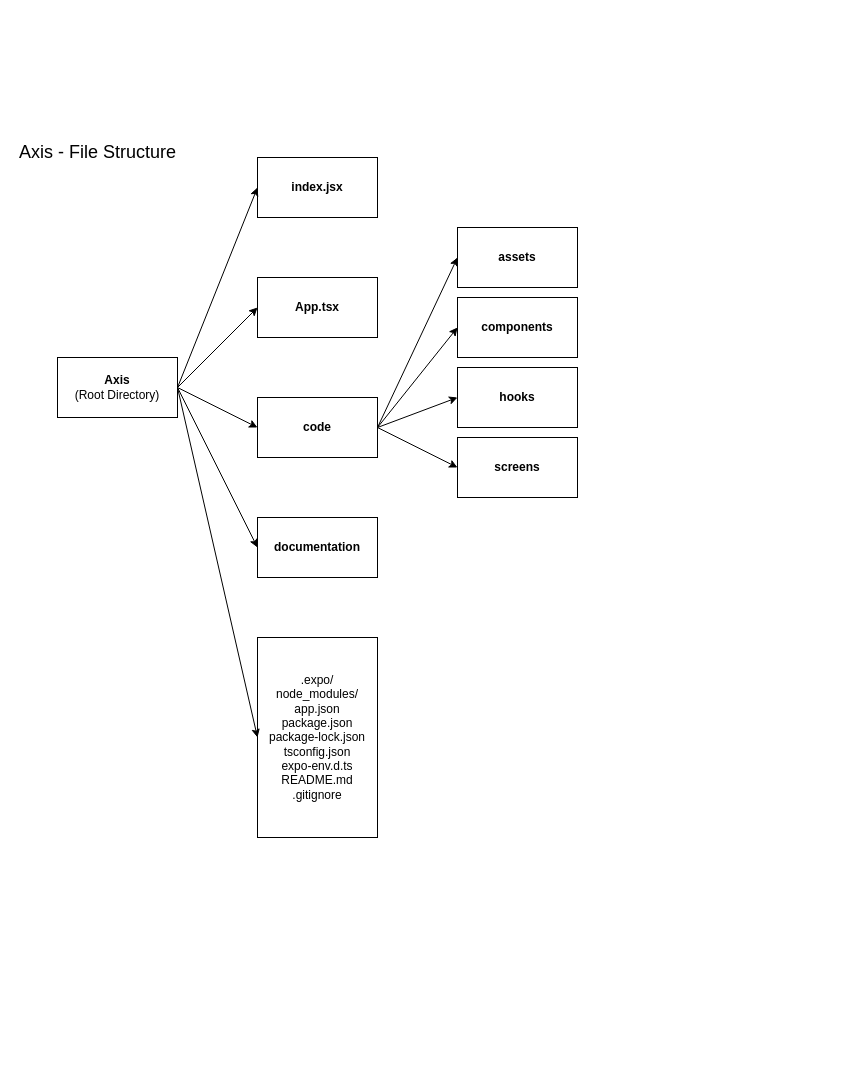
Before: documentation/axis-filestructure.drawio in xerioc2/Axis, a draw.io diagram. Source tidied: cells renumbered, new cells numbered last; positions are measured from the earlier drawing's top-left corner, leaving out a move shared by most shapes. Both pictures are drawn from the tidied source at 100%, with x=0, y=0 at pixel (17, 137).
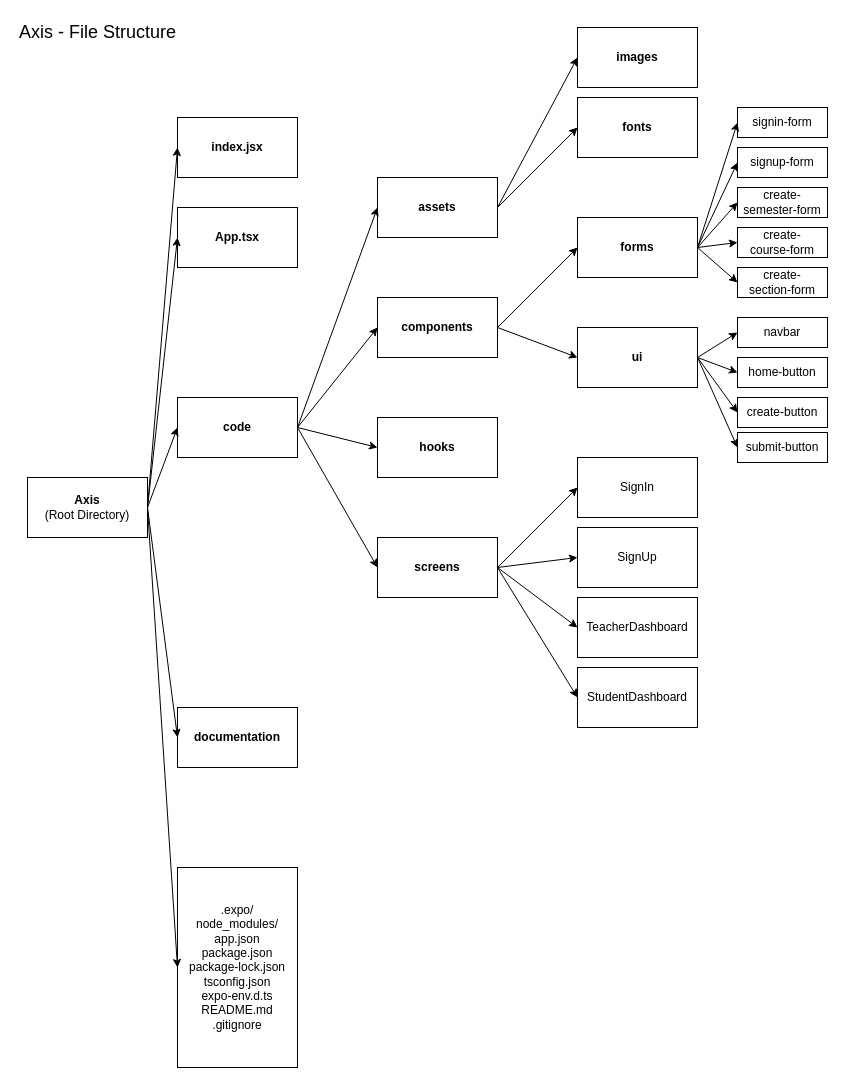
The same page after the edit.

Change to the diagram source:
```diff
@@
     <mxCell id="2" value="&lt;b&gt;Axis&lt;/b&gt;&lt;div&gt;(Root Directory)&lt;br&gt;&lt;/div&gt;" style="rounded=0;whiteSpace=wrap;html=1;" parent="1" vertex="1">
-      <mxGeometry x="40" y="220" width="120" height="60" as="geometry" />
+      <mxGeometry x="10" y="340" width="120" height="60" as="geometry" />
     </mxCell>
     <mxCell id="3" value="&lt;b&gt;code&lt;/b&gt;" style="rounded=0;whiteSpace=wrap;html=1;" parent="1" vertex="1">
-      <mxGeometry x="240" y="260" width="120" height="60" as="geometry" />
+      <mxGeometry x="160" y="260" width="120" height="60" as="geometry" />
     </mxCell>
     <mxCell id="4" value="&lt;b&gt;documentation&lt;/b&gt;" style="rounded=0;whiteSpace=wrap;html=1;" parent="1" vertex="1">
-      <mxGeometry x="240" y="380" width="120" height="60" as="geometry" />
+      <mxGeometry x="160" y="570" width="120" height="60" as="geometry" />
     </mxCell>
@@
     <mxCell id="7" value="&lt;div&gt;.expo/&lt;br&gt;node_modules/&lt;/div&gt;&lt;div&gt;app.json&lt;/div&gt;&lt;div&gt;package.json&lt;/div&gt;&lt;div&gt;package-lock.json&lt;/div&gt;&lt;div&gt;tsconfig.json&lt;/div&gt;&lt;div&gt;expo-env.d.ts&lt;/div&gt;&lt;div&gt;README.md&lt;/div&gt;&lt;div&gt;.gitignore&lt;/div&gt;" style="rounded=0;whiteSpace=wrap;html=1;" parent="1" vertex="1">
-      <mxGeometry x="240" y="500" width="120" height="200" as="geometry" />
+      <mxGeometry x="160" y="730" width="120" height="200" as="geometry" />
     </mxCell>
@@
     <mxCell id="9" value="&lt;b&gt;screens&lt;/b&gt;" style="rounded=0;whiteSpace=wrap;html=1;" parent="1" vertex="1">
-      <mxGeometry x="440" y="300" width="120" height="60" as="geometry" />
+      <mxGeometry x="360" y="400" width="120" height="60" as="geometry" />
     </mxCell>
     <mxCell id="10" value="&lt;b&gt;components&lt;/b&gt;" style="rounded=0;whiteSpace=wrap;html=1;" parent="1" vertex="1">
-      <mxGeometry x="440" y="160" width="120" height="60" as="geometry" />
+      <mxGeometry x="360" y="160" width="120" height="60" as="geometry" />
     </mxCell>
     <mxCell id="11" value="&lt;b&gt;hooks&lt;/b&gt;" style="rounded=0;whiteSpace=wrap;html=1;" parent="1" vertex="1">
-      <mxGeometry x="440" y="230" width="120" height="60" as="geometry" />
+      <mxGeometry x="360" y="280" width="120" height="60" as="geometry" />
     </mxCell>
     <mxCell id="12" value="&lt;b&gt;assets&lt;/b&gt;" style="rounded=0;whiteSpace=wrap;html=1;" parent="1" vertex="1">
-      <mxGeometry x="440" y="90" width="120" height="60" as="geometry" />
+      <mxGeometry x="360" y="40" width="120" height="60" as="geometry" />
     </mxCell>
@@
     <mxCell id="17" value="&lt;b&gt;App.tsx&lt;/b&gt;" style="rounded=0;whiteSpace=wrap;html=1;" parent="1" vertex="1">
-      <mxGeometry x="240" y="140" width="120" height="60" as="geometry" />
+      <mxGeometry x="160" y="70" width="120" height="60" as="geometry" />
     </mxCell>
@@
     <mxCell id="19" value="&lt;b&gt;index.jsx&lt;/b&gt;" style="rounded=0;whiteSpace=wrap;html=1;" parent="1" vertex="1">
-      <mxGeometry x="240" y="20" width="120" height="60" as="geometry" />
+      <mxGeometry x="160" y="-20" width="120" height="60" as="geometry" />
     </mxCell>
@@
     <mxCell id="21" value="&lt;font style=&quot;font-size: 18px;&quot;&gt;Axis - File Structure&lt;/font&gt;" style="text;html=1;align=left;verticalAlign=middle;whiteSpace=wrap;rounded=0;" parent="1" vertex="1">
-      <mxGeometry width="180" height="30" as="geometry" />
+      <mxGeometry y="-120" width="180" height="30" as="geometry" />
     </mxCell>
+    <mxCell id="22" value="&lt;b&gt;images&lt;/b&gt;" style="rounded=0;whiteSpace=wrap;html=1;" parent="1" vertex="1">
+      <mxGeometry x="560" y="-110" width="120" height="60" as="geometry" />
+    </mxCell>
+    <mxCell id="23" style="endArrow=classic;html=1;rounded=0;exitX=1;exitY=0.5;exitDx=0;exitDy=0;entryX=0;entryY=0.5;entryDx=0;entryDy=0;" parent="1" edge="1" source="12" target="22">
+      <mxGeometry relative="1" as="geometry" />
+    </mxCell>
+    <mxCell id="24" value="&lt;b&gt;fonts&lt;/b&gt;" style="rounded=0;whiteSpace=wrap;html=1;" parent="1" vertex="1">
+      <mxGeometry x="560" y="-40" width="120" height="60" as="geometry" />
+    </mxCell>
+    <mxCell id="25" style="endArrow=classic;html=1;rounded=0;exitX=1;exitY=0.5;exitDx=0;exitDy=0;entryX=0;entryY=0.5;entryDx=0;entryDy=0;" parent="1" edge="1" source="12" target="24">
+      <mxGeometry relative="1" as="geometry" />
+    </mxCell>
+    <mxCell id="26" style="endArrow=classic;html=1;rounded=0;exitX=1;exitY=0.5;exitDx=0;exitDy=0;entryX=0;entryY=0.5;entryDx=0;entryDy=0;" parent="1" edge="1" source="9" target="27">
+      <mxGeometry relative="1" as="geometry" />
+    </mxCell>
+    <mxCell id="27" value="SignIn" style="rounded=0;whiteSpace=wrap;html=1;" parent="1" vertex="1">
+      <mxGeometry x="560" y="320" width="120" height="60" as="geometry" />
+    </mxCell>
+    <mxCell id="28" value="SignUp" style="rounded=0;whiteSpace=wrap;html=1;" parent="1" vertex="1">
+      <mxGeometry x="560" y="390" width="120" height="60" as="geometry" />
+    </mxCell>
+    <mxCell id="29" value="TeacherDashboard" style="rounded=0;whiteSpace=wrap;html=1;" parent="1" vertex="1">
+      <mxGeometry x="560" y="460" width="120" height="60" as="geometry" />
+    </mxCell>
+    <mxCell id="30" value="StudentDashboard" style="rounded=0;whiteSpace=wrap;html=1;" parent="1" vertex="1">
+      <mxGeometry x="560" y="530" width="120" height="60" as="geometry" />
+    </mxCell>
+    <mxCell id="31" style="endArrow=classic;html=1;rounded=0;exitX=1;exitY=0.5;exitDx=0;exitDy=0;entryX=0;entryY=0.5;entryDx=0;entryDy=0;" parent="1" edge="1" source="9" target="28">
+      <mxGeometry relative="1" as="geometry" />
+    </mxCell>
+    <mxCell id="32" style="endArrow=classic;html=1;rounded=0;exitX=1;exitY=0.5;exitDx=0;exitDy=0;entryX=0;entryY=0.5;entryDx=0;entryDy=0;" parent="1" edge="1" source="9" target="29">
+      <mxGeometry relative="1" as="geometry" />
+    </mxCell>
+    <mxCell id="33" style="endArrow=classic;html=1;rounded=0;exitX=1;exitY=0.5;exitDx=0;exitDy=0;entryX=0;entryY=0.5;entryDx=0;entryDy=0;" parent="1" edge="1" source="9" target="30">
+      <mxGeometry relative="1" as="geometry" />
+    </mxCell>
+    <mxCell id="34" value="&lt;b&gt;forms&lt;/b&gt;" style="rounded=0;whiteSpace=wrap;html=1;" parent="1" vertex="1">
+      <mxGeometry x="560" y="80" width="120" height="60" as="geometry" />
+    </mxCell>
+    <mxCell id="35" value="&lt;b&gt;ui&lt;/b&gt;" style="rounded=0;whiteSpace=wrap;html=1;" parent="1" vertex="1">
+      <mxGeometry x="560" y="190" width="120" height="60" as="geometry" />
+    </mxCell>
+    <mxCell id="36" style="endArrow=classic;html=1;rounded=0;exitX=1;exitY=0.5;exitDx=0;exitDy=0;entryX=0;entryY=0.5;entryDx=0;entryDy=0;" parent="1" edge="1" source="10" target="34">
+      <mxGeometry relative="1" as="geometry" />
+    </mxCell>
+    <mxCell id="37" style="endArrow=classic;html=1;rounded=0;exitX=1;exitY=0.5;exitDx=0;exitDy=0;entryX=0;entryY=0.5;entryDx=0;entryDy=0;" parent="1" edge="1" source="10" target="35">
+      <mxGeometry relative="1" as="geometry" />
+    </mxCell>
+    <mxCell id="38" value="signin-form" style="rounded=0;whiteSpace=wrap;html=1;" parent="1" vertex="1">
+      <mxGeometry x="720" y="-30" width="90" height="30" as="geometry" />
+    </mxCell>
+    <mxCell id="39" value="signup-form" style="rounded=0;whiteSpace=wrap;html=1;" parent="1" vertex="1">
+      <mxGeometry x="720" y="10" width="90" height="30" as="geometry" />
+    </mxCell>
+    <mxCell id="40" value="create-semester-form" style="rounded=0;whiteSpace=wrap;html=1;" parent="1" vertex="1">
+      <mxGeometry x="720" y="50" width="90" height="30" as="geometry" />
+    </mxCell>
+    <mxCell id="41" value="create-&lt;div&gt;course-form&lt;/div&gt;" style="rounded=0;whiteSpace=wrap;html=1;" parent="1" vertex="1">
+      <mxGeometry x="720" y="90" width="90" height="30" as="geometry" />
+    </mxCell>
+    <mxCell id="42" value="create-&lt;div&gt;section-form&lt;/div&gt;" style="rounded=0;whiteSpace=wrap;html=1;" parent="1" vertex="1">
+      <mxGeometry x="720" y="130" width="90" height="30" as="geometry" />
+    </mxCell>
+    <mxCell id="43" style="endArrow=classic;html=1;rounded=0;exitX=1;exitY=0.5;exitDx=0;exitDy=0;entryX=0;entryY=0.5;entryDx=0;entryDy=0;" parent="1" edge="1" source="34" target="38">
+      <mxGeometry relative="1" as="geometry" />
+    </mxCell>
+    <mxCell id="44" style="endArrow=classic;html=1;rounded=0;exitX=1;exitY=0.5;exitDx=0;exitDy=0;entryX=0;entryY=0.5;entryDx=0;entryDy=0;" parent="1" edge="1" source="34" target="39">
+      <mxGeometry relative="1" as="geometry" />
+    </mxCell>
+    <mxCell id="45" style="endArrow=classic;html=1;rounded=0;exitX=1;exitY=0.5;exitDx=0;exitDy=0;entryX=0;entryY=0.5;entryDx=0;entryDy=0;" parent="1" edge="1" source="34" target="40">
+      <mxGeometry relative="1" as="geometry" />
+    </mxCell>
+    <mxCell id="46" style="endArrow=classic;html=1;rounded=0;exitX=1;exitY=0.5;exitDx=0;exitDy=0;entryX=0;entryY=0.5;entryDx=0;entryDy=0;" parent="1" edge="1" source="34" target="41">
+      <mxGeometry relative="1" as="geometry" />
+    </mxCell>
+    <mxCell id="47" style="endArrow=classic;html=1;rounded=0;exitX=1;exitY=0.5;exitDx=0;exitDy=0;entryX=0;entryY=0.5;entryDx=0;entryDy=0;" parent="1" edge="1" source="34" target="42">
+      <mxGeometry relative="1" as="geometry" />
+    </mxCell>
+    <mxCell id="48" value="navbar" style="rounded=0;whiteSpace=wrap;html=1;" parent="1" vertex="1">
+      <mxGeometry x="720" y="180" width="90" height="30" as="geometry" />
+    </mxCell>
+    <mxCell id="49" value="home-button" style="rounded=0;whiteSpace=wrap;html=1;" parent="1" vertex="1">
+      <mxGeometry x="720" y="220" width="90" height="30" as="geometry" />
+    </mxCell>
+    <mxCell id="50" value="create-button" style="rounded=0;whiteSpace=wrap;html=1;" parent="1" vertex="1">
+      <mxGeometry x="720" y="260" width="90" height="30" as="geometry" />
+    </mxCell>
+    <mxCell id="51" value="submit-button" style="rounded=0;whiteSpace=wrap;html=1;" parent="1" vertex="1">
+      <mxGeometry x="720" y="295" width="90" height="30" as="geometry" />
+    </mxCell>
+    <mxCell id="52" style="endArrow=classic;html=1;rounded=0;exitX=1;exitY=0.5;exitDx=0;exitDy=0;entryX=0;entryY=0.5;entryDx=0;entryDy=0;" parent="1" edge="1" source="35" target="48">
+      <mxGeometry relative="1" as="geometry" />
+    </mxCell>
+    <mxCell id="53" style="endArrow=classic;html=1;rounded=0;exitX=1;exitY=0.5;exitDx=0;exitDy=0;entryX=0;entryY=0.5;entryDx=0;entryDy=0;" parent="1" edge="1" source="35" target="49">
+      <mxGeometry relative="1" as="geometry" />
+    </mxCell>
+    <mxCell id="54" style="endArrow=classic;html=1;rounded=0;exitX=1;exitY=0.5;exitDx=0;exitDy=0;entryX=0;entryY=0.5;entryDx=0;entryDy=0;" parent="1" edge="1" source="35" target="50">
+      <mxGeometry relative="1" as="geometry" />
+    </mxCell>
+    <mxCell id="55" style="endArrow=classic;html=1;rounded=0;exitX=1;exitY=0.5;exitDx=0;exitDy=0;entryX=0;entryY=0.5;entryDx=0;entryDy=0;" parent="1" edge="1" source="35" target="51">
+      <mxGeometry relative="1" as="geometry" />
+    </mxCell>
```
